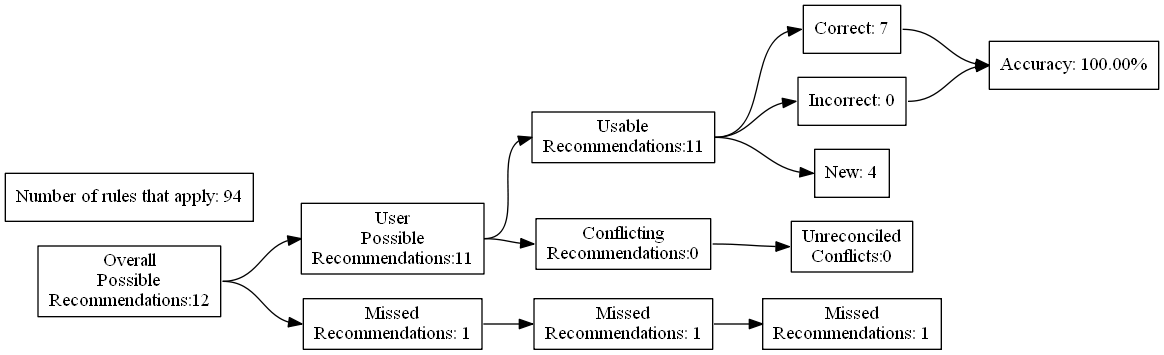
This is test_renders/8.gv.png from ZaxR/ibd_diet_analysis, a Graphviz export, as it was before one commit. Its source is kept beside it as test_renders/8.gv.
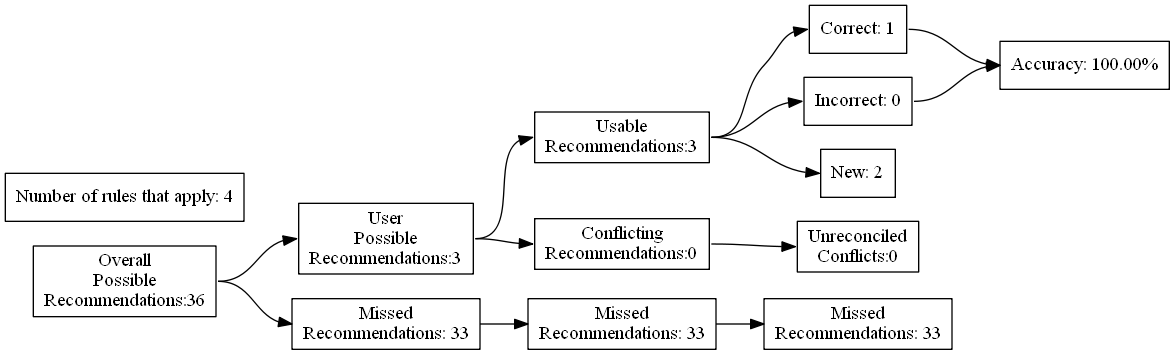
After the change.

Change to the diagram source:
```diff
@@ -4,27 +4,27 @@
 	edge [headport=w tailport=e]
 		A [label="Overall
 Possible
-Recommendations:12"]
+Recommendations:36"]
 		B [label="User
 Possible
-Recommendations:11"]
+Recommendations:3"]
 		C [label="Missed
-Recommendations: 1"]
+Recommendations: 33"]
 		D [label="Usable
-Recommendations:11"]
+Recommendations:3"]
 		E [label="Conflicting
 Recommendations:0"]
 		J [label="Missed
-Recommendations: 1"]
+Recommendations: 33"]
 		M [label="Unreconciled
 Conflicts:0"]
-		F [label="Correct: 7"]
+		F [label="Correct: 1"]
 		G [label="Incorrect: 0"]
-		H [label="New: 4"]
+		H [label="New: 2"]
 		K [label="Missed
-Recommendations: 1"]
+Recommendations: 33"]
 		I [label="Accuracy: 100.00%"]
-		l [label="Number of rules that apply: 94"]
+		l [label="Number of rules that apply: 4"]
 			A -> B
 			A -> C
 			B -> D
```
